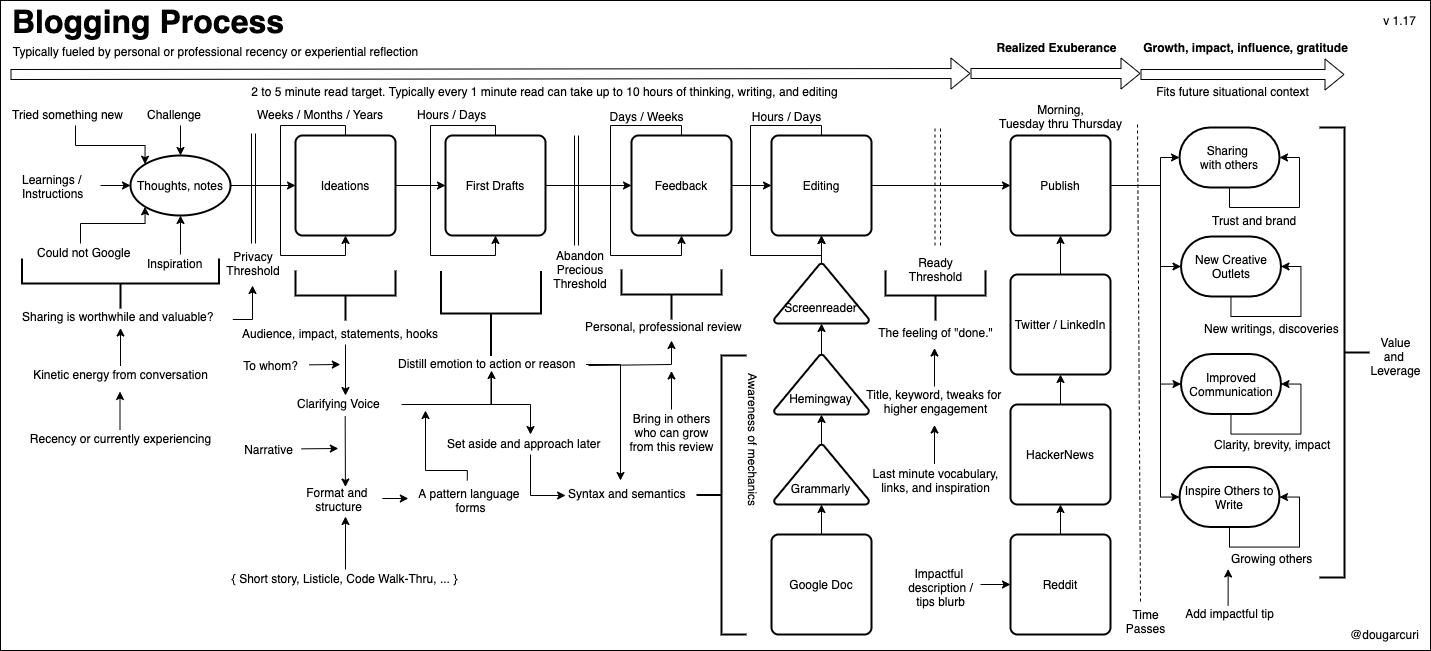
solidi/learning-notes keeps this draw.io diagram as mentoring/diagrams/blogging-process.png. Above is the earlier version. Source tidied: cells renumbered, new cells last; positions are measured from the earlier drawing's top-left corner, leaving out a move shared by most shapes.
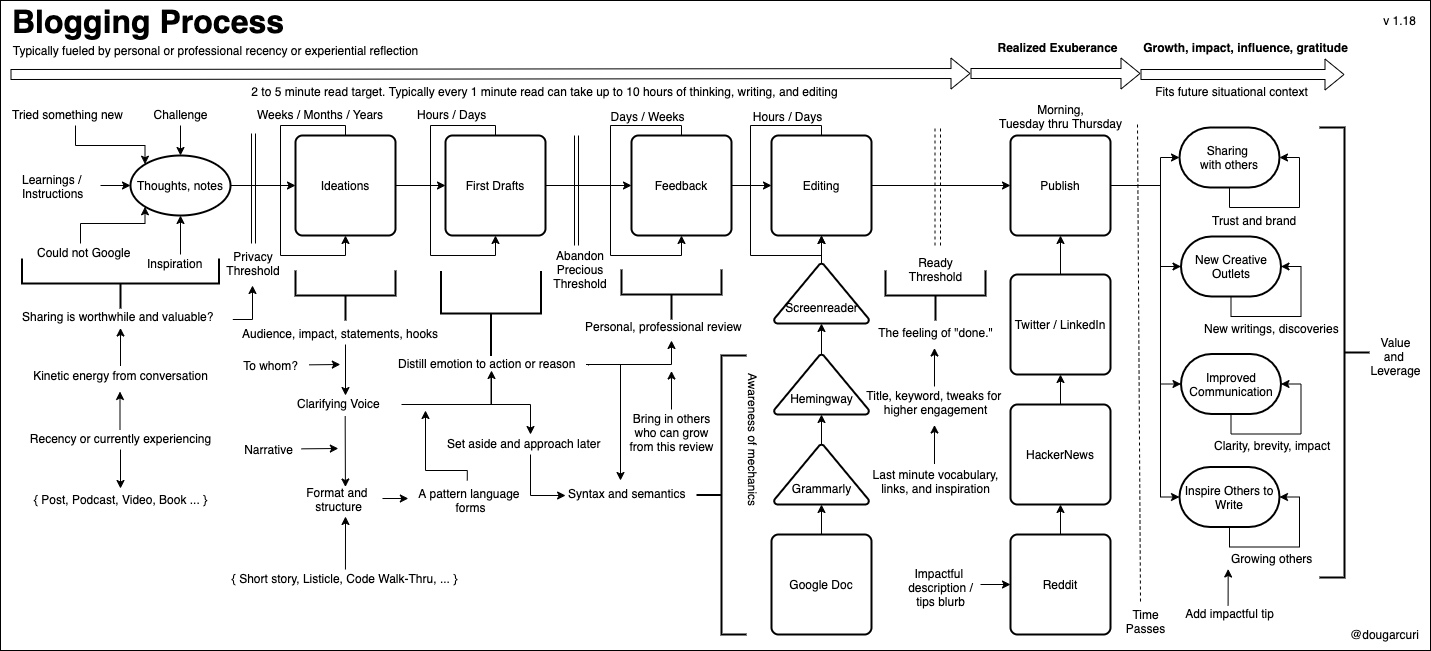
Above is the later version.

Commit message:
Add sources to blogging diagram

The edit, as a diff of the source:
```diff
@@ -286,7 +286,7 @@
     <mxCell id="69" style="edgeStyle=orthogonalEdgeStyle;rounded=0;jettySize=auto;html=1;entryX=0.5;entryY=0;entryDx=0;entryDy=0;entryPerimeter=0;" parent="1" edge="1" source="70" target="58">
       <mxGeometry relative="1" as="geometry" />
     </mxCell>
-    <mxCell id="70" value="Challenge" style="text;html=1;points=[];align=left;verticalAlign=top;spacingTop=-4;" parent="1" vertex="1">
+    <mxCell id="70" value="Challenge" style="text;html=1;points=[];align=center;verticalAlign=top;spacingTop=-4;" parent="1" vertex="1">
       <mxGeometry x="145" y="105" width="70" height="20" as="geometry" />
     </mxCell>
     <mxCell id="71" style="edgeStyle=orthogonalEdgeStyle;rounded=0;jettySize=auto;html=1;entryX=0;entryY=0.5;entryDx=0;entryDy=0;entryPerimeter=0;" parent="1" edge="1" source="72" target="58">
@@ -492,12 +492,15 @@
         <mxPoint x="120" y="327.5" as="targetPoint" />
       </mxGeometry>
     </mxCell>
-    <mxCell id="121" value="v 1.17" style="text;html=1;align=center;verticalAlign=middle;" parent="1" vertex="1">
+    <mxCell id="121" value="v 1.18" style="text;html=1;align=center;verticalAlign=middle;" parent="1" vertex="1">
       <mxGeometry x="1374" y="10" width="50" height="20" as="geometry" />
     </mxCell>
     <mxCell id="122" value="Morning,&lt;br&gt;Tuesday thru Thursday" style="text;html=1;align=center;verticalAlign=top;spacingTop=-4;" parent="1" vertex="1">
       <mxGeometry x="990" y="100" width="140" height="30" as="geometry" />
     </mxCell>
+    <mxCell id="132" style="edgeStyle=orthogonalEdgeStyle;rounded=0;jettySize=auto;html=1;entryX=0.5;entryY=-0.05;entryDx=0;entryDy=0;entryPerimeter=0;" parent="1" edge="1" source="123" target="133">
+      <mxGeometry relative="1" as="geometry" />
+    </mxCell>
     <mxCell id="123" value="Recency or currently experiencing" style="text;html=1;points=[];align=center;verticalAlign=top;spacingTop=-4;" parent="1" vertex="1">
       <mxGeometry x="20" y="429" width="200" height="20" as="geometry" />
     </mxCell>
@@ -539,5 +542,8 @@
         </Array>
       </mxGeometry>
     </mxCell>
+    <mxCell id="133" value="{ Post, Podcast, Video, Book ... }" style="text;html=1;align=center;verticalAlign=middle;points=[];" parent="1" vertex="1">
+      <mxGeometry x="25" y="489" width="190" height="20" as="geometry" />
+    </mxCell>
   </root>
 </mxGraphModel>
```
